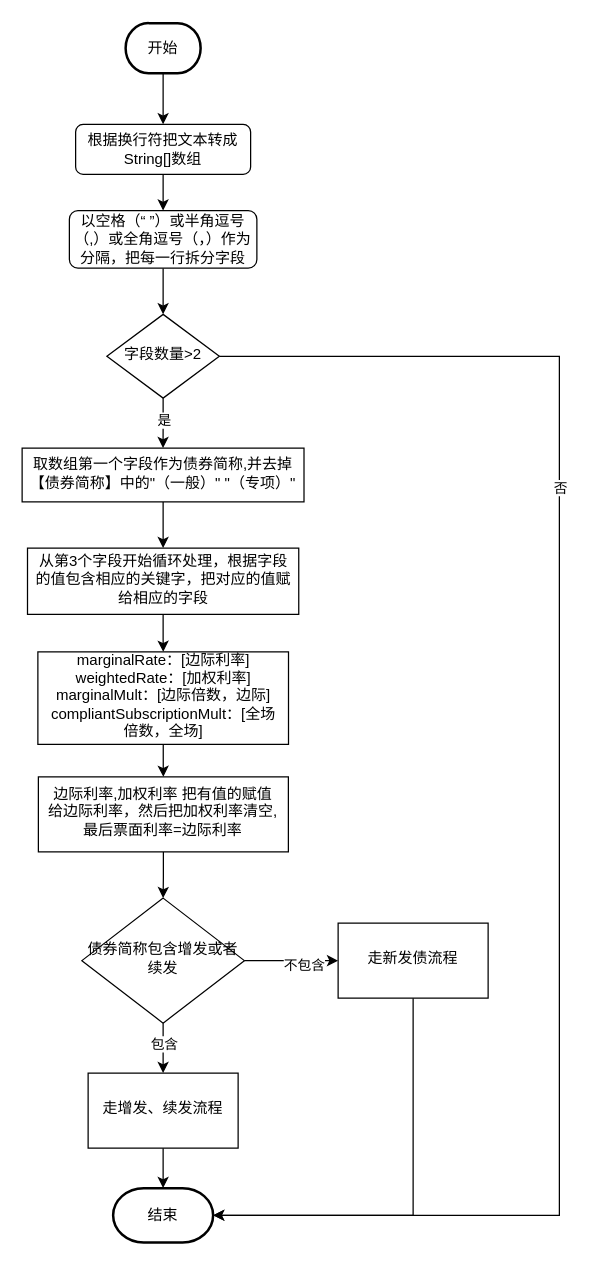
The draw.io diagram 一创荷兰式结构解析流程.drawio in xbluckly/test, before the edit. Source tidied: cells renumbered, new cells numbered last; positions are measured from the earlier drawing's top-left corner, leaving out a move shared by most shapes. Both pictures are drawn from the tidied source at 125%, with x=0, y=0 at pixel (21, 22).
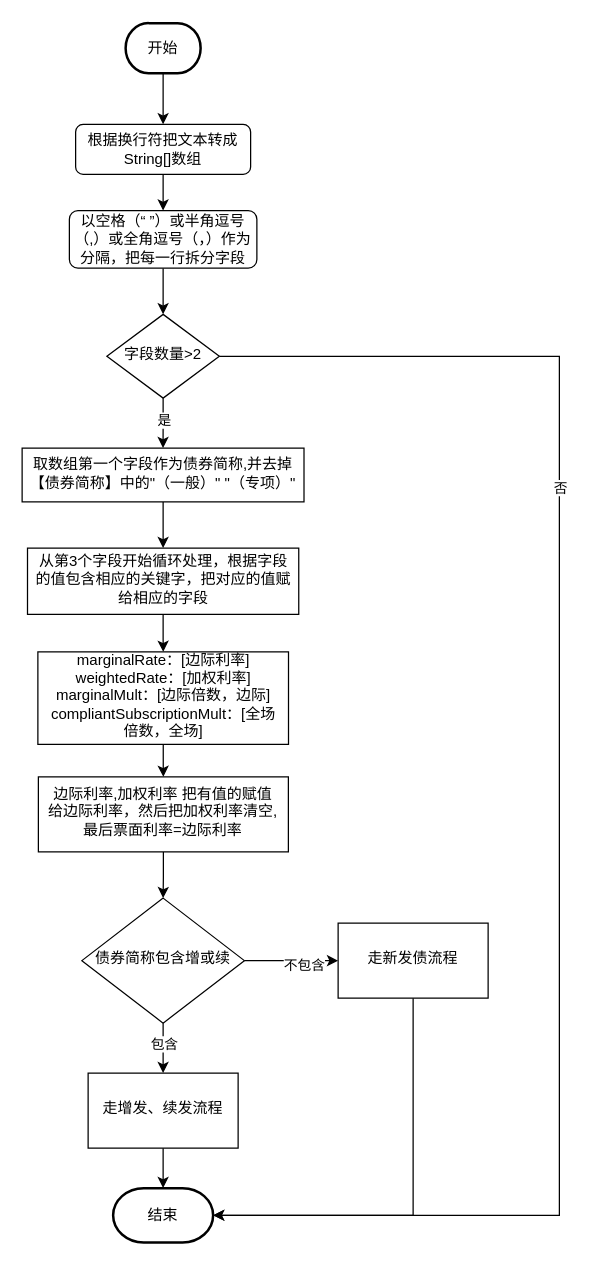
The same diagram, later.

Commit message:
更新一创荷兰式结构解析流程.drawio

The edit, as a diff of the source:
```diff
@@
-    <mxCell id="21" value="债券简称包含增发或者续发" style="rhombus;whiteSpace=wrap;html=1;shadow=0;strokeWidth=1;spacing=6;spacingTop=-4;" parent="1" vertex="1">
+    <mxCell id="21" value="债券简称包含增或续" style="rhombus;whiteSpace=wrap;html=1;shadow=0;strokeWidth=1;spacing=6;spacingTop=-4;" parent="1" vertex="1">
       <mxGeometry x="48" y="700" width="130" height="100" as="geometry" />
     </mxCell>
```
